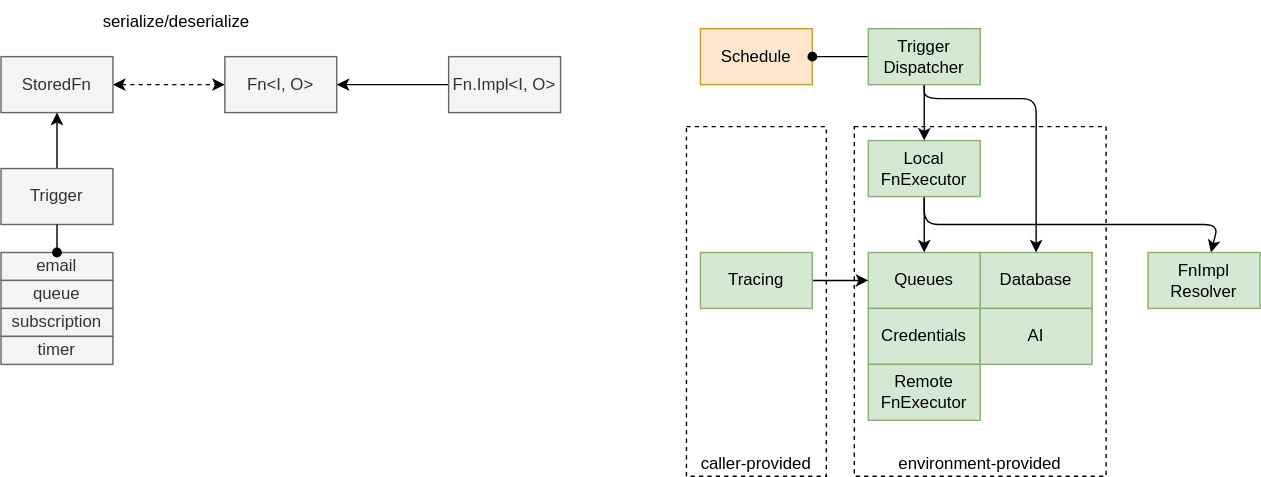
This is docs/design/diagrams/functions-services.drawio.svg from dxos/dxos, a draw.io export, as it was before one commit. Source tidied: cells renumbered, new cells last; positions are measured from the earlier drawing's top-left corner, leaving out a move shared by most shapes. The source it was exported from:
```xml
<mxGraphModel>
  <root>
    <mxCell id="0" />
    <mxCell id="1" parent="0" />
    <mxCell id="2" value="caller-provided" style="rounded=0;whiteSpace=wrap;html=1;dashed=1;fillColor=none;verticalAlign=bottom;" parent="1" vertex="1">
      <mxGeometry x="490" y="90" width="100" height="250" as="geometry" />
    </mxCell>
    <mxCell id="3" value="environment-provided" style="rounded=0;whiteSpace=wrap;html=1;dashed=1;fillColor=none;verticalAlign=bottom;" parent="1" vertex="1">
      <mxGeometry x="610" y="90" width="180" height="250" as="geometry" />
    </mxCell>
    <mxCell id="4" value="Schedule" style="rounded=0;whiteSpace=wrap;html=1;fillColor=#ffe6cc;strokeColor=#d79b00;" parent="1" vertex="1">
      <mxGeometry x="500" y="20" width="80" height="40" as="geometry" />
    </mxCell>
    <mxCell id="5" style="edgeStyle=none;html=1;startArrow=classic;startFill=1;dashed=1;" parent="1" edge="1" source="6" target="7">
      <mxGeometry relative="1" as="geometry" />
    </mxCell>
    <mxCell id="6" value="StoredFn" style="rounded=0;whiteSpace=wrap;html=1;fillColor=#f5f5f5;strokeColor=#666666;fontColor=#333333;" parent="1" vertex="1">
      <mxGeometry y="40" width="80" height="40" as="geometry" />
    </mxCell>
    <mxCell id="7" value="Fn&amp;lt;I, O&amp;gt;" style="rounded=0;whiteSpace=wrap;html=1;fillColor=#f5f5f5;strokeColor=#666666;fontColor=#333333;" parent="1" vertex="1">
      <mxGeometry x="160" y="40" width="80" height="40" as="geometry" />
    </mxCell>
    <mxCell id="8" style="edgeStyle=none;html=1;entryX=1;entryY=0.5;entryDx=0;entryDy=0;" parent="1" edge="1" source="9" target="7">
      <mxGeometry relative="1" as="geometry" />
    </mxCell>
    <mxCell id="9" value="Fn.Impl&amp;lt;I, O&amp;gt;" style="rounded=0;whiteSpace=wrap;html=1;fillColor=#f5f5f5;strokeColor=#666666;fontColor=#333333;" parent="1" vertex="1">
      <mxGeometry x="320" y="40" width="80" height="40" as="geometry" />
    </mxCell>
    <mxCell id="10" value="serialize/deserialize" style="text;html=1;align=center;verticalAlign=middle;strokeColor=none;fillColor=none;" parent="1" vertex="1">
      <mxGeometry x="60" width="130" height="30" as="geometry" />
    </mxCell>
    <mxCell id="11" value="Database" style="rounded=0;whiteSpace=wrap;html=1;fillColor=#d5e8d4;strokeColor=#82b366;" parent="1" vertex="1">
      <mxGeometry x="700" y="180" width="80" height="40" as="geometry" />
    </mxCell>
    <mxCell id="12" value="Queues" style="rounded=0;whiteSpace=wrap;html=1;fillColor=#d5e8d4;strokeColor=#82b366;" parent="1" vertex="1">
      <mxGeometry x="620" y="180" width="80" height="40" as="geometry" />
    </mxCell>
    <mxCell id="13" value="Credentials" style="rounded=0;whiteSpace=wrap;html=1;fillColor=#d5e8d4;strokeColor=#82b366;" parent="1" vertex="1">
      <mxGeometry x="620" y="220" width="80" height="40" as="geometry" />
    </mxCell>
    <mxCell id="14" style="edgeStyle=none;html=1;" parent="1" edge="1" source="16" target="17">
      <mxGeometry relative="1" as="geometry">
        <Array as="points">
          <mxPoint x="660" y="160" />
          <mxPoint x="870" y="160" />
        </Array>
      </mxGeometry>
    </mxCell>
    <mxCell id="15" style="edgeStyle=none;html=1;exitX=0.5;exitY=1;exitDx=0;exitDy=0;entryX=0.5;entryY=0;entryDx=0;entryDy=0;" parent="1" edge="1" source="16" target="12">
      <mxGeometry relative="1" as="geometry">
        <Array as="points">
          <mxPoint x="660" y="160" />
        </Array>
      </mxGeometry>
    </mxCell>
    <mxCell id="16" value="Local&lt;br&gt;FnExecutor" style="rounded=0;whiteSpace=wrap;html=1;fillColor=#d5e8d4;strokeColor=#82b366;" parent="1" vertex="1">
      <mxGeometry x="620" y="100" width="80" height="40" as="geometry" />
    </mxCell>
    <mxCell id="17" value="FnImpl&lt;br&gt;Resolver" style="rounded=0;whiteSpace=wrap;html=1;fillColor=#d5e8d4;strokeColor=#82b366;" parent="1" vertex="1">
      <mxGeometry x="820" y="180" width="80" height="40" as="geometry" />
    </mxCell>
    <mxCell id="18" value="Remote&lt;br&gt;FnExecutor" style="rounded=0;whiteSpace=wrap;html=1;fillColor=#d5e8d4;strokeColor=#82b366;" parent="1" vertex="1">
      <mxGeometry x="620" y="260" width="80" height="40" as="geometry" />
    </mxCell>
    <mxCell id="19" value="AI" style="rounded=0;whiteSpace=wrap;html=1;fillColor=#d5e8d4;strokeColor=#82b366;" parent="1" vertex="1">
      <mxGeometry x="700" y="220" width="80" height="40" as="geometry" />
    </mxCell>
    <mxCell id="20" style="edgeStyle=none;html=1;exitX=0.5;exitY=1;exitDx=0;exitDy=0;" parent="1" edge="1" source="23" target="11">
      <mxGeometry relative="1" as="geometry">
        <Array as="points">
          <mxPoint x="660" y="70" />
          <mxPoint x="740" y="70" />
        </Array>
      </mxGeometry>
    </mxCell>
    <mxCell id="21" style="edgeStyle=none;html=1;exitX=1;exitY=0.5;exitDx=0;exitDy=0;endArrow=oval;endFill=1;" parent="1" edge="1" source="23" target="4">
      <mxGeometry relative="1" as="geometry" />
    </mxCell>
    <mxCell id="22" style="edgeStyle=none;html=1;exitX=0.5;exitY=1;exitDx=0;exitDy=0;entryX=0.5;entryY=0;entryDx=0;entryDy=0;" parent="1" edge="1" source="23" target="16">
      <mxGeometry relative="1" as="geometry">
        <Array as="points">
          <mxPoint x="660" y="80" />
        </Array>
      </mxGeometry>
    </mxCell>
    <mxCell id="23" value="Trigger&lt;br&gt;Dispatcher" style="rounded=0;whiteSpace=wrap;html=1;fillColor=#d5e8d4;strokeColor=#82b366;" parent="1" vertex="1">
      <mxGeometry x="620" y="20" width="80" height="40" as="geometry" />
    </mxCell>
    <mxCell id="24" style="edgeStyle=none;html=1;exitX=0.5;exitY=1;exitDx=0;exitDy=0;" parent="1" edge="1" source="25" target="6">
      <mxGeometry relative="1" as="geometry" />
    </mxCell>
    <mxCell id="25" value="Trigger" style="rounded=0;whiteSpace=wrap;html=1;fillColor=#f5f5f5;strokeColor=#666666;fontColor=#333333;" parent="1" vertex="1">
      <mxGeometry y="120" width="80" height="40" as="geometry" />
    </mxCell>
    <mxCell id="26" style="edgeStyle=none;html=1;exitX=1;exitY=0.5;exitDx=0;exitDy=0;entryX=0;entryY=0.5;entryDx=0;entryDy=0;" parent="1" edge="1" source="27" target="12">
      <mxGeometry relative="1" as="geometry" />
    </mxCell>
    <mxCell id="27" value="Tracing" style="rounded=0;whiteSpace=wrap;html=1;fillColor=#d5e8d4;strokeColor=#82b366;" parent="1" vertex="1">
      <mxGeometry x="500" y="180" width="80" height="40" as="geometry" />
    </mxCell>
    <mxCell id="28" value="email" style="rounded=0;whiteSpace=wrap;html=1;fillColor=#f5f5f5;strokeColor=#666666;fontColor=#333333;" parent="1" vertex="1">
      <mxGeometry y="180" width="80" height="20" as="geometry" />
    </mxCell>
    <mxCell id="29" value="queue" style="rounded=0;whiteSpace=wrap;html=1;fillColor=#f5f5f5;strokeColor=#666666;fontColor=#333333;" parent="1" vertex="1">
      <mxGeometry y="200" width="80" height="20" as="geometry" />
    </mxCell>
    <mxCell id="30" value="subscription" style="rounded=0;whiteSpace=wrap;html=1;fillColor=#f5f5f5;strokeColor=#666666;fontColor=#333333;" parent="1" vertex="1">
      <mxGeometry y="220" width="80" height="20" as="geometry" />
    </mxCell>
    <mxCell id="31" value="timer" style="rounded=0;whiteSpace=wrap;html=1;fillColor=#f5f5f5;strokeColor=#666666;fontColor=#333333;" parent="1" vertex="1">
      <mxGeometry y="240" width="80" height="20" as="geometry" />
    </mxCell>
    <mxCell id="32" style="edgeStyle=none;html=1;exitX=0.5;exitY=1;exitDx=0;exitDy=0;entryX=0.5;entryY=0;entryDx=0;entryDy=0;endArrow=oval;endFill=1;" parent="1" edge="1" source="25" target="28">
      <mxGeometry relative="1" as="geometry" />
    </mxCell>
  </root>
</mxGraphModel>
```
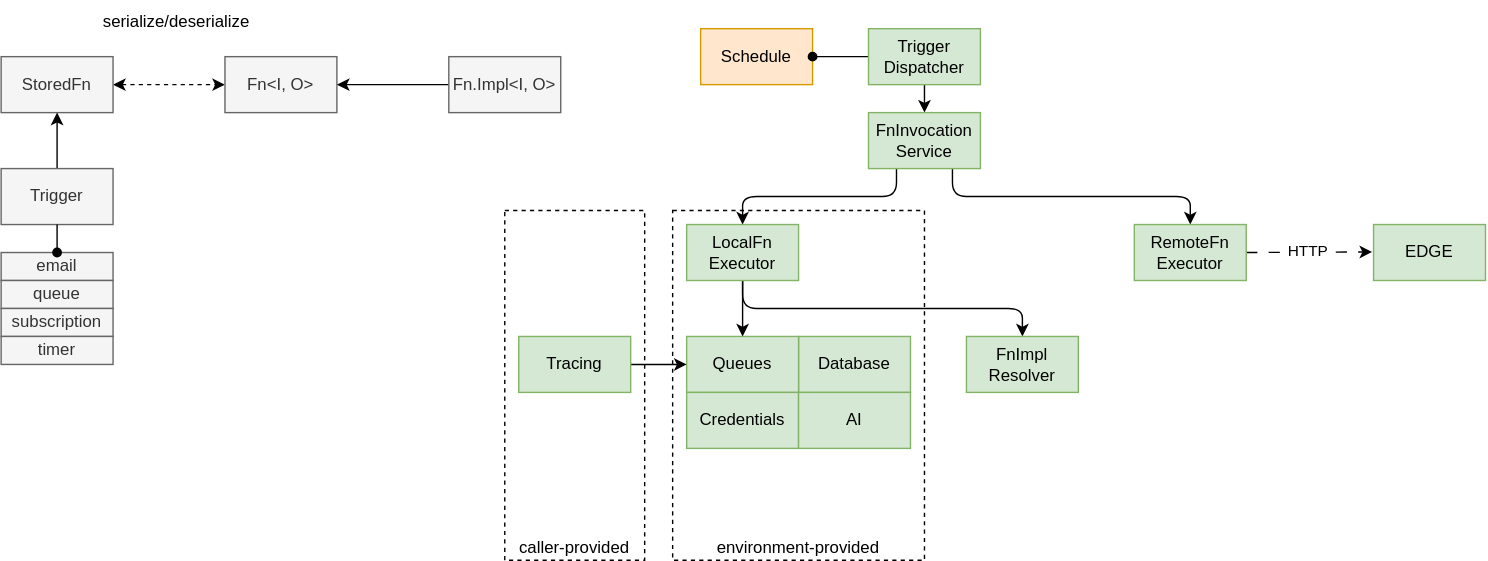
Above is the later version.

The edit, as a diff of the source:
```diff
@@ -3,10 +3,10 @@
     <mxCell id="0" />
     <mxCell id="1" parent="0" />
     <mxCell id="2" value="caller-provided" style="rounded=0;whiteSpace=wrap;html=1;dashed=1;fillColor=none;verticalAlign=bottom;" parent="1" vertex="1">
-      <mxGeometry x="490" y="90" width="100" height="250" as="geometry" />
+      <mxGeometry x="360" y="150" width="100" height="250" as="geometry" />
     </mxCell>
     <mxCell id="3" value="environment-provided" style="rounded=0;whiteSpace=wrap;html=1;dashed=1;fillColor=none;verticalAlign=bottom;" parent="1" vertex="1">
-      <mxGeometry x="610" y="90" width="180" height="250" as="geometry" />
+      <mxGeometry x="480" y="150" width="180" height="250" as="geometry" />
     </mxCell>
     <mxCell id="4" value="Schedule" style="rounded=0;whiteSpace=wrap;html=1;fillColor=#ffe6cc;strokeColor=#d79b00;" parent="1" vertex="1">
       <mxGeometry x="500" y="20" width="80" height="40" as="geometry" />
@@ -30,57 +30,44 @@
       <mxGeometry x="60" width="130" height="30" as="geometry" />
     </mxCell>
     <mxCell id="11" value="Database" style="rounded=0;whiteSpace=wrap;html=1;fillColor=#d5e8d4;strokeColor=#82b366;" parent="1" vertex="1">
-      <mxGeometry x="700" y="180" width="80" height="40" as="geometry" />
+      <mxGeometry x="570" y="240" width="80" height="40" as="geometry" />
     </mxCell>
     <mxCell id="12" value="Queues" style="rounded=0;whiteSpace=wrap;html=1;fillColor=#d5e8d4;strokeColor=#82b366;" parent="1" vertex="1">
-      <mxGeometry x="620" y="180" width="80" height="40" as="geometry" />
+      <mxGeometry x="490" y="240" width="80" height="40" as="geometry" />
     </mxCell>
     <mxCell id="13" value="Credentials" style="rounded=0;whiteSpace=wrap;html=1;fillColor=#d5e8d4;strokeColor=#82b366;" parent="1" vertex="1">
-      <mxGeometry x="620" y="220" width="80" height="40" as="geometry" />
+      <mxGeometry x="490" y="280" width="80" height="40" as="geometry" />
     </mxCell>
     <mxCell id="14" style="edgeStyle=none;html=1;" parent="1" edge="1" source="16" target="17">
       <mxGeometry relative="1" as="geometry">
         <Array as="points">
-          <mxPoint x="660" y="160" />
-          <mxPoint x="870" y="160" />
+          <mxPoint x="530" y="220" />
+          <mxPoint x="730" y="220" />
         </Array>
       </mxGeometry>
     </mxCell>
     <mxCell id="15" style="edgeStyle=none;html=1;exitX=0.5;exitY=1;exitDx=0;exitDy=0;entryX=0.5;entryY=0;entryDx=0;entryDy=0;" parent="1" edge="1" source="16" target="12">
       <mxGeometry relative="1" as="geometry">
         <Array as="points">
-          <mxPoint x="660" y="160" />
+          <mxPoint x="530" y="220" />
         </Array>
       </mxGeometry>
     </mxCell>
-    <mxCell id="16" value="Local&lt;br&gt;FnExecutor" style="rounded=0;whiteSpace=wrap;html=1;fillColor=#d5e8d4;strokeColor=#82b366;" parent="1" vertex="1">
-      <mxGeometry x="620" y="100" width="80" height="40" as="geometry" />
+    <mxCell id="16" value="LocalFn&lt;br&gt;Executor" style="rounded=0;whiteSpace=wrap;html=1;fillColor=#d5e8d4;strokeColor=#82b366;" parent="1" vertex="1">
+      <mxGeometry x="490" y="160" width="80" height="40" as="geometry" />
     </mxCell>
     <mxCell id="17" value="FnImpl&lt;br&gt;Resolver" style="rounded=0;whiteSpace=wrap;html=1;fillColor=#d5e8d4;strokeColor=#82b366;" parent="1" vertex="1">
-      <mxGeometry x="820" y="180" width="80" height="40" as="geometry" />
+      <mxGeometry x="690" y="240" width="80" height="40" as="geometry" />
     </mxCell>
-    <mxCell id="18" value="Remote&lt;br&gt;FnExecutor" style="rounded=0;whiteSpace=wrap;html=1;fillColor=#d5e8d4;strokeColor=#82b366;" parent="1" vertex="1">
-      <mxGeometry x="620" y="260" width="80" height="40" as="geometry" />
-    </mxCell>
     <mxCell id="19" value="AI" style="rounded=0;whiteSpace=wrap;html=1;fillColor=#d5e8d4;strokeColor=#82b366;" parent="1" vertex="1">
-      <mxGeometry x="700" y="220" width="80" height="40" as="geometry" />
+      <mxGeometry x="570" y="280" width="80" height="40" as="geometry" />
     </mxCell>
-    <mxCell id="20" style="edgeStyle=none;html=1;exitX=0.5;exitY=1;exitDx=0;exitDy=0;" parent="1" edge="1" source="23" target="11">
-      <mxGeometry relative="1" as="geometry">
-        <Array as="points">
-          <mxPoint x="660" y="70" />
-          <mxPoint x="740" y="70" />
-        </Array>
-      </mxGeometry>
-    </mxCell>
     <mxCell id="21" style="edgeStyle=none;html=1;exitX=1;exitY=0.5;exitDx=0;exitDy=0;endArrow=oval;endFill=1;" parent="1" edge="1" source="23" target="4">
       <mxGeometry relative="1" as="geometry" />
     </mxCell>
-    <mxCell id="22" style="edgeStyle=none;html=1;exitX=0.5;exitY=1;exitDx=0;exitDy=0;entryX=0.5;entryY=0;entryDx=0;entryDy=0;" parent="1" edge="1" source="23" target="16">
+    <mxCell id="22" style="edgeStyle=none;html=1;exitX=0.5;exitY=1;exitDx=0;exitDy=0;" parent="1" edge="1" source="23">
       <mxGeometry relative="1" as="geometry">
-        <Array as="points">
-          <mxPoint x="660" y="80" />
-        </Array>
+        <mxPoint x="660" y="80" as="targetPoint" />
       </mxGeometry>
     </mxCell>
     <mxCell id="23" value="Trigger&lt;br&gt;Dispatcher" style="rounded=0;whiteSpace=wrap;html=1;fillColor=#d5e8d4;strokeColor=#82b366;" parent="1" vertex="1">
@@ -96,7 +83,7 @@
       <mxGeometry relative="1" as="geometry" />
     </mxCell>
     <mxCell id="27" value="Tracing" style="rounded=0;whiteSpace=wrap;html=1;fillColor=#d5e8d4;strokeColor=#82b366;" parent="1" vertex="1">
-      <mxGeometry x="500" y="180" width="80" height="40" as="geometry" />
+      <mxGeometry x="370" y="240" width="80" height="40" as="geometry" />
     </mxCell>
     <mxCell id="28" value="email" style="rounded=0;whiteSpace=wrap;html=1;fillColor=#f5f5f5;strokeColor=#666666;fontColor=#333333;" parent="1" vertex="1">
       <mxGeometry y="180" width="80" height="20" as="geometry" />
@@ -113,5 +100,38 @@
     <mxCell id="32" style="edgeStyle=none;html=1;exitX=0.5;exitY=1;exitDx=0;exitDy=0;entryX=0.5;entryY=0;entryDx=0;entryDy=0;endArrow=oval;endFill=1;" parent="1" edge="1" source="25" target="28">
       <mxGeometry relative="1" as="geometry" />
     </mxCell>
+    <mxCell id="33" style="edgeStyle=none;html=1;exitX=0.25;exitY=1;exitDx=0;exitDy=0;entryX=0.5;entryY=0;entryDx=0;entryDy=0;" parent="1" edge="1" source="35" target="16">
+      <mxGeometry relative="1" as="geometry">
+        <Array as="points">
+          <mxPoint x="640" y="140" />
+          <mxPoint x="530" y="140" />
+        </Array>
+      </mxGeometry>
+    </mxCell>
+    <mxCell id="34" style="edgeStyle=none;html=1;exitX=0.75;exitY=1;exitDx=0;exitDy=0;entryX=0.5;entryY=0;entryDx=0;entryDy=0;" parent="1" edge="1" source="35" target="38">
+      <mxGeometry relative="1" as="geometry">
+        <Array as="points">
+          <mxPoint x="680" y="140" />
+          <mxPoint x="850" y="140" />
+        </Array>
+      </mxGeometry>
+    </mxCell>
+    <mxCell id="35" value="FnInvocation&lt;div&gt;Service&lt;/div&gt;" style="rounded=0;whiteSpace=wrap;html=1;fillColor=#d5e8d4;strokeColor=#82b366;" parent="1" vertex="1">
+      <mxGeometry x="620" y="80" width="80" height="40" as="geometry" />
+    </mxCell>
+    <mxCell id="36" style="edgeStyle=none;html=1;exitX=1;exitY=0.5;exitDx=0;exitDy=0;dashed=1;dashPattern=8 8;" parent="1" edge="1" source="38">
+      <mxGeometry relative="1" as="geometry">
+        <mxPoint x="980" y="179.6" as="targetPoint" />
+      </mxGeometry>
+    </mxCell>
+    <mxCell id="37" value="HTTP" style="edgeLabel;html=1;align=center;verticalAlign=middle;" parent="36" vertex="1">
+      <mxGeometry x="-0.04" y="1" relative="1" as="geometry" />
+    </mxCell>
+    <mxCell id="38" value="RemoteFn&lt;br&gt;Executor" style="rounded=0;whiteSpace=wrap;html=1;fillColor=#d5e8d4;strokeColor=#82b366;" parent="1" vertex="1">
+      <mxGeometry x="810" y="160" width="80" height="40" as="geometry" />
+    </mxCell>
+    <mxCell id="39" value="EDGE" style="rounded=0;whiteSpace=wrap;html=1;fillColor=#d5e8d4;strokeColor=#82b366;" parent="1" vertex="1">
+      <mxGeometry x="981" y="160" width="80" height="40" as="geometry" />
+    </mxCell>
   </root>
 </mxGraphModel>
```
